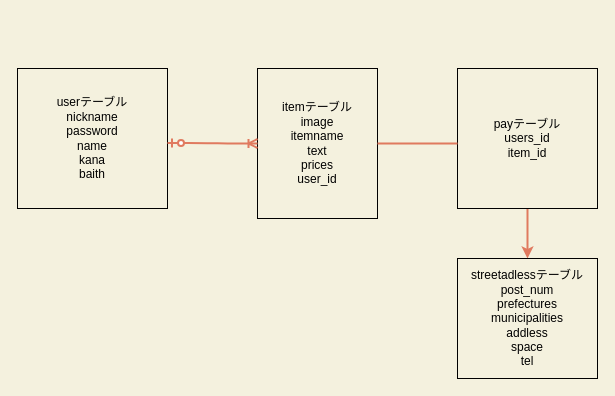
The draw.io diagram furima.dio in mamewharu/furima-33982, before the edit. Source tidied: cells renumbered, new cells numbered last; positions are measured from the earlier drawing's top-left corner, leaving out a move shared by most shapes. Both pictures are drawn from the tidied source at 100%, with x=0, y=0 at pixel (17, 38).
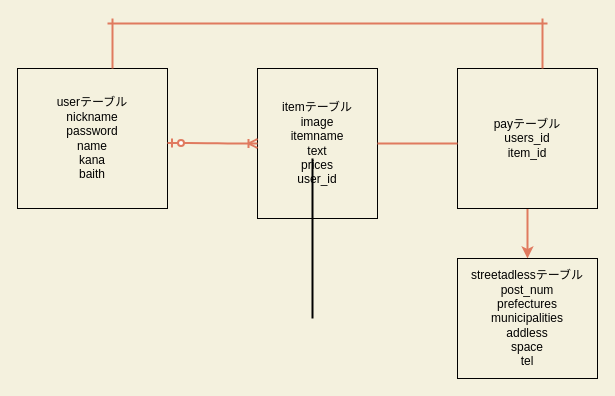
After the change.

The edit, as a diff of the source:
```diff
@@
 <mxGraphModel background="#F4F1DE">
   <root>
     <mxCell id="0" />
     <mxCell id="1" parent="0" />
     <mxCell id="2" style="edgeStyle=orthogonalEdgeStyle;rounded=1;sketch=0;orthogonalLoop=1;jettySize=auto;html=1;exitX=0.5;exitY=1;exitDx=0;exitDy=0;entryX=0;entryY=0;entryDx=0;entryDy=0;fillColor=#F2CC8F;fontColor=#393C56;strokeColor=none;" parent="1" edge="1">
       <mxGeometry relative="1" as="geometry">
         <mxPoint x="100" y="150" as="sourcePoint" />
         <mxPoint x="200" y="270" as="targetPoint" />
       </mxGeometry>
     </mxCell>
     <mxCell id="3" style="edgeStyle=none;rounded=1;sketch=0;orthogonalLoop=1;jettySize=auto;html=1;exitX=0.5;exitY=0;exitDx=0;exitDy=0;strokeColor=#E07A5F;strokeWidth=2;fillColor=#F2CC8F;fontColor=#000000;" parent="1" edge="1">
       <mxGeometry relative="1" as="geometry">
         <mxPoint x="90" as="sourcePoint" />
         <mxPoint x="90" as="targetPoint" />
       </mxGeometry>
     </mxCell>
     <mxCell id="4" value="userテーブル&lt;br&gt;nickname&lt;br&gt;password&lt;br&gt;name&lt;br&gt;kana&lt;br&gt;baith" style="rounded=0;whiteSpace=wrap;html=1;sketch=0;strokeColor=#000000;fillColor=none;fontColor=#000000;" parent="1" vertex="1">
       <mxGeometry y="30" width="150" height="140" as="geometry" />
     </mxCell>
     <mxCell id="5" value="itemテーブル&lt;br&gt;image&lt;br&gt;itemname&lt;br&gt;text&lt;br&gt;prices&lt;br&gt;user_id&lt;br&gt;" style="rounded=0;whiteSpace=wrap;html=1;sketch=0;strokeColor=#000000;fillColor=none;fontColor=#000000;" parent="1" vertex="1">
       <mxGeometry x="240" y="30" width="120" height="150" as="geometry" />
     </mxCell>
     <mxCell id="6" style="edgeStyle=none;rounded=1;sketch=0;jettySize=auto;html=1;exitX=0.5;exitY=1;exitDx=0;exitDy=0;entryX=0.5;entryY=0;entryDx=0;entryDy=0;strokeColor=#E07A5F;strokeWidth=2;fillColor=#F2CC8F;fontColor=#000000;" parent="1" edge="1" source="7" target="9">
       <mxGeometry relative="1" as="geometry" />
     </mxCell>
     <mxCell id="7" value="payテーブル&lt;br&gt;users_id&lt;br&gt;item_id" style="whiteSpace=wrap;html=1;rounded=0;sketch=0;strokeColor=#000000;fillColor=none;fontColor=#000000;" parent="1" vertex="1">
       <mxGeometry x="440" y="30" width="140" height="140" as="geometry" />
     </mxCell>
     <mxCell id="8" style="edgeStyle=none;rounded=1;sketch=0;orthogonalLoop=1;jettySize=auto;html=1;exitX=0.5;exitY=1;exitDx=0;exitDy=0;strokeColor=#E07A5F;strokeWidth=2;fillColor=#F2CC8F;fontColor=#000000;" parent="1" edge="1" source="7" target="7">
       <mxGeometry relative="1" as="geometry" />
     </mxCell>
     <mxCell id="9" value="streetadlessテーブル&lt;br&gt;post_num&lt;br&gt;prefectures&lt;br&gt;municipalities&lt;br&gt;addless&lt;br&gt;space&lt;br&gt;tel" style="rounded=0;whiteSpace=wrap;html=1;sketch=0;strokeColor=#000000;fillColor=none;fontColor=#000000;" parent="1" vertex="1">
       <mxGeometry x="440" y="220" width="140" height="120" as="geometry" />
     </mxCell>
     <mxCell id="10" style="edgeStyle=entityRelationEdgeStyle;fontSize=12;html=1;endArrow=ERoneToMany;startArrow=ERzeroToOne;strokeColor=#E07A5F;strokeWidth=2;fillColor=#F2CC8F;" parent="1" edge="1">
       <mxGeometry relative="1" as="geometry">
         <mxPoint x="150" y="104.5" as="sourcePoint" />
         <mxPoint x="240" y="105" as="targetPoint" />
       </mxGeometry>
     </mxCell>
     <mxCell id="11" style="line;strokeWidth=2;html=1;rounded=0;sketch=0;fillColor=none;fontColor=#000000;strokeColor=#E07A5F;" parent="1" vertex="1">
       <mxGeometry x="360" y="100" width="80" height="10" as="geometry" />
     </mxCell>
+    <mxCell id="12" style="edgeStyle=none;rounded=1;sketch=0;orthogonalLoop=1;jettySize=auto;html=1;exitX=1;exitY=0;exitDx=0;exitDy=0;strokeColor=#E07A5F;strokeWidth=2;fillColor=#F2CC8F;fontColor=#000000;" parent="1" edge="1" source="4" target="4">
+      <mxGeometry relative="1" as="geometry" />
+    </mxCell>
+    <mxCell id="13" style="line;strokeWidth=2;direction=south;html=1;rounded=0;sketch=0;fillColor=none;fontColor=#000000;" parent="1" vertex="1">
+      <mxGeometry x="290" y="120" width="10" height="160" as="geometry" />
+    </mxCell>
+    <mxCell id="14" style="line;strokeWidth=2;direction=south;html=1;rounded=0;sketch=0;fillColor=none;fontColor=#000000;strokeColor=#E07A5F;" parent="1" vertex="1">
+      <mxGeometry x="520" y="-20" width="10" height="50" as="geometry" />
+    </mxCell>
+    <mxCell id="15" style="line;strokeWidth=2;html=1;rounded=0;sketch=0;fillColor=none;fontColor=#000000;strokeColor=#E07A5F;" parent="1" vertex="1">
+      <mxGeometry x="90" y="-20" width="440" height="10" as="geometry" />
+    </mxCell>
+    <mxCell id="16" style="line;strokeWidth=2;direction=south;html=1;rounded=0;sketch=0;fillColor=none;fontColor=#000000;strokeColor=#E07A5F;" parent="1" vertex="1">
+      <mxGeometry x="90" y="-20" width="10" height="50" as="geometry" />
+    </mxCell>
   </root>
 </mxGraphModel>
```
